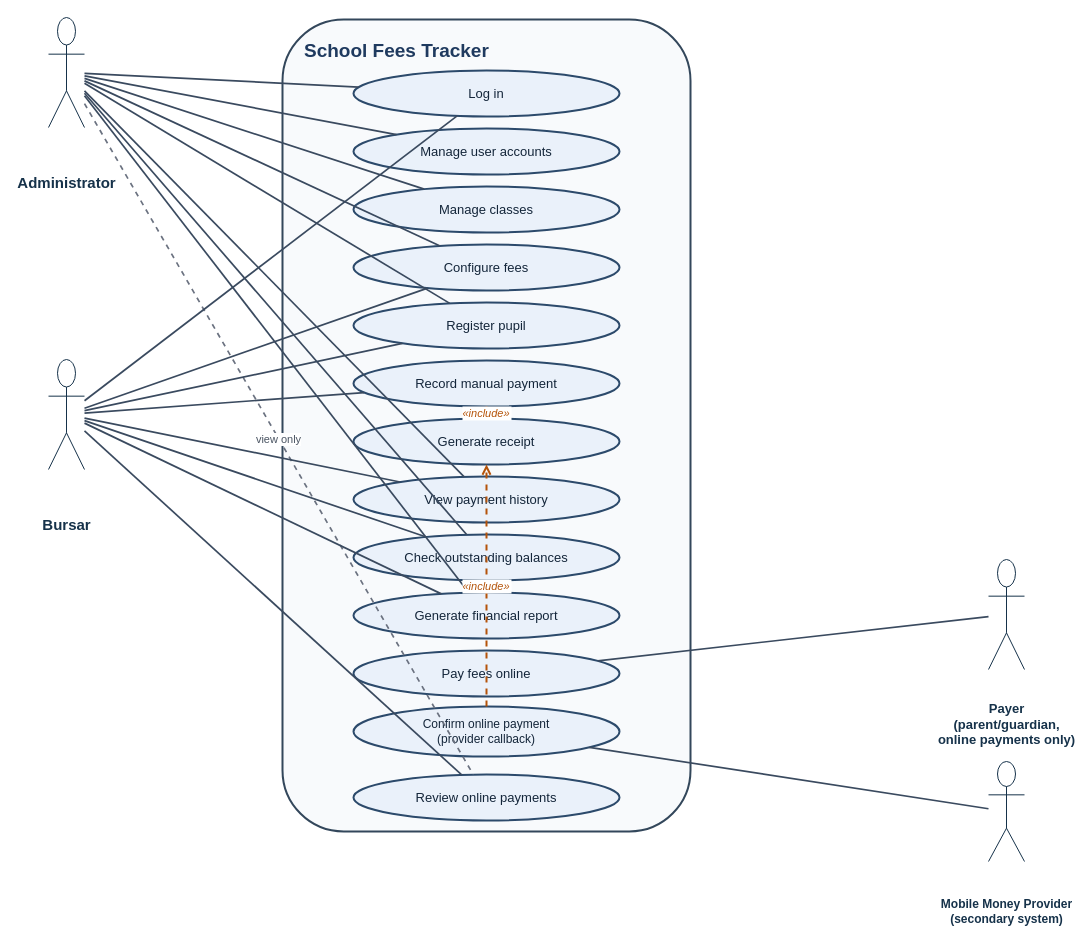
CEF345Group4-schoolfees-tracker/schoolfees-tracker keeps this draw.io diagram as docs/diagrams/usecases.drawio. Above is the earlier version. Source tidied: cells renumbered, new cells numbered last; positions are measured from the earlier drawing's top-left corner, leaving out a move shared by most shapes. Both pictures are drawn from the tidied source at 100%, with x=0, y=0 at pixel (48, 17).
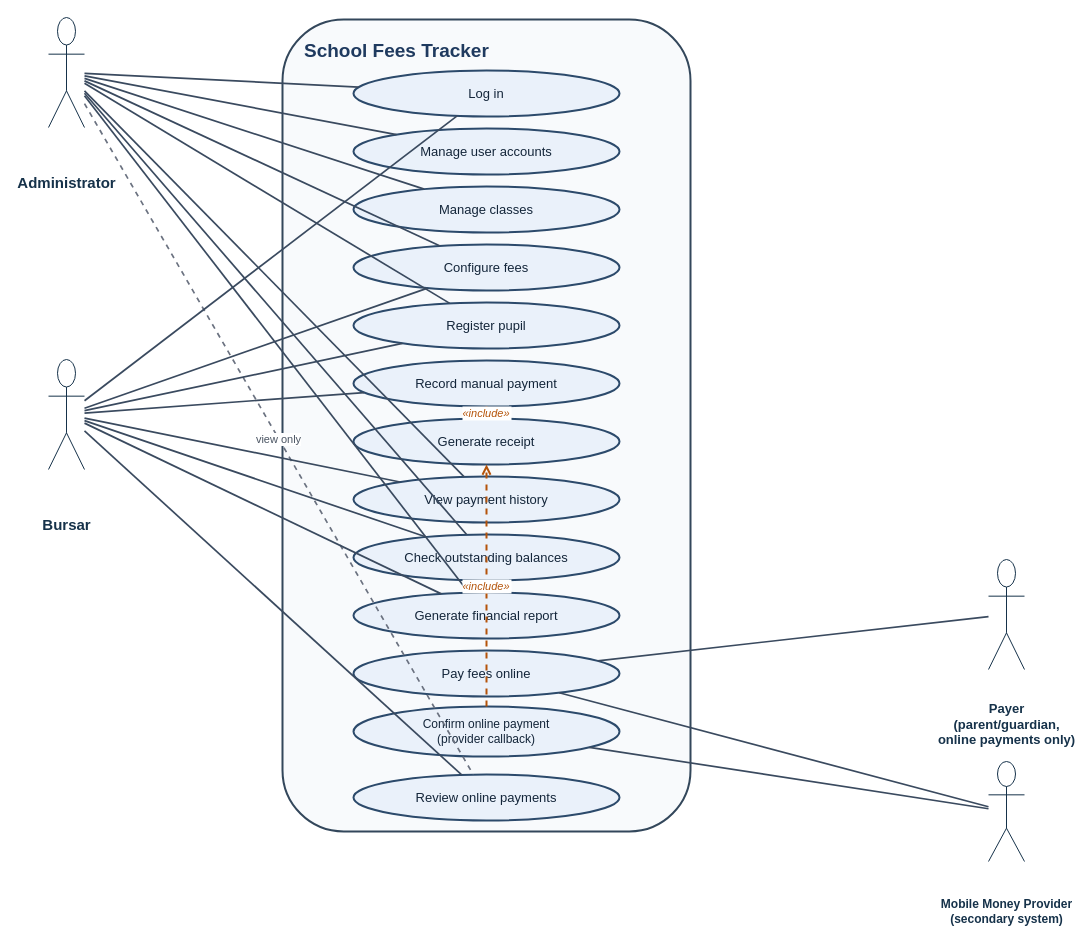
The same diagram, later.

Commit message (it also covers changes not shown here):
docs: make SVG editable in drawio, add provider to Pay fees online, DD-29, dash rule

Unchanged cells that the change refers to:
```xml
<mxCell id="6" value="Mobile Money Provider&#10;(secondary system)" style="shape=umlActor;verticalLabelPosition=bottom;verticalAlign=middle;html=1;outlineConnect=0;fontSize=12;fontStyle=1;fontColor=#16324a;strokeColor=#16324a;fillColor=#ffffff;" parent="1" vertex="1">
  <mxGeometry x="940" y="744" width="36" height="100" as="geometry" />
</mxCell>
<mxCell id="17" value="Pay fees online" style="ellipse;whiteSpace=wrap;html=1;fillColor=#eaf1fa;strokeColor=#2c4a6b;strokeWidth=2;fontSize=13;fontColor=#14263a;" parent="1" vertex="1">
  <mxGeometry x="305" y="633" width="266" height="46" as="geometry" />
</mxCell>
```

What changed in the source:
```diff
@@
+    <mxCell id="41" style="endArrow=none;html=1;strokeColor=#3a4a5f;strokeWidth=1.7;" parent="1" edge="1" source="6" target="17">
+      <mxGeometry relative="1" as="geometry" />
+    </mxCell>
```
